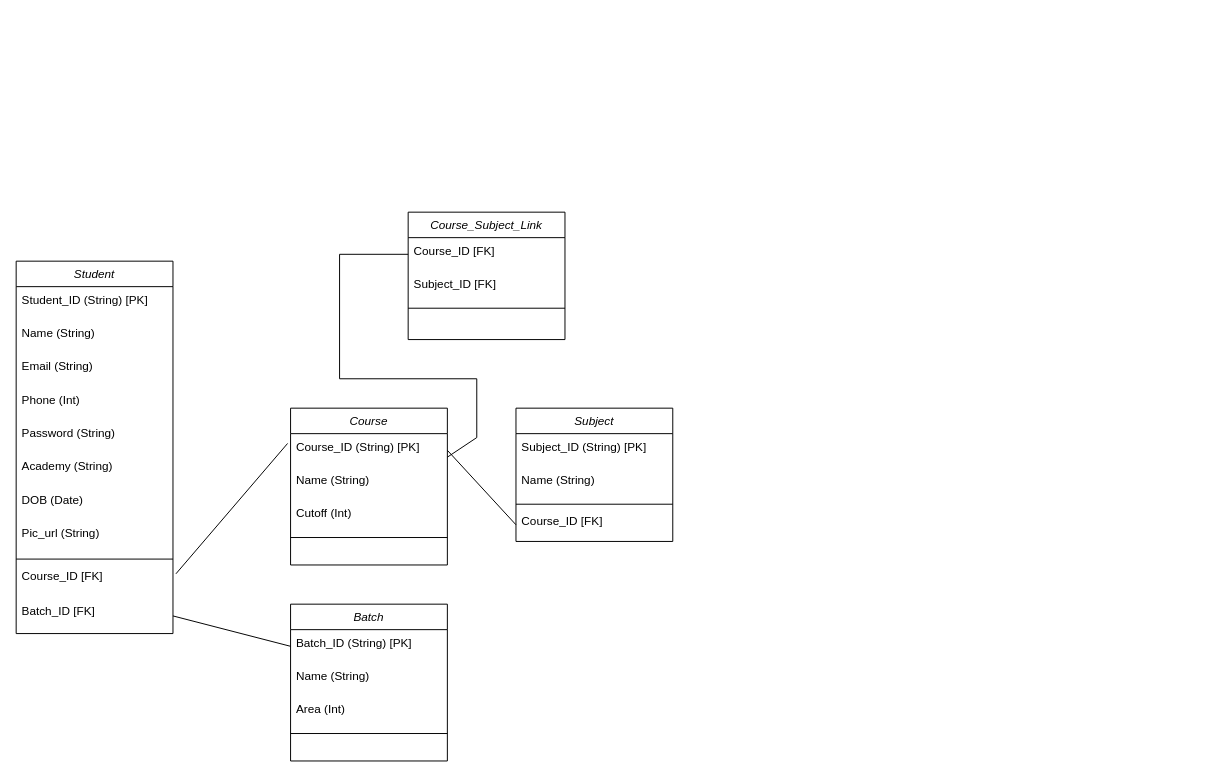
Before: Untitled Diagram.drawio in hemangmonga/QuizApp, a draw.io diagram. Source tidied: cells renumbered, new cells numbered last; positions are measured from the earlier drawing's top-left corner, leaving out a move shared by most shapes. Both pictures are drawn from the tidied source at 98%, with x=0, y=0 at pixel (16, 212).
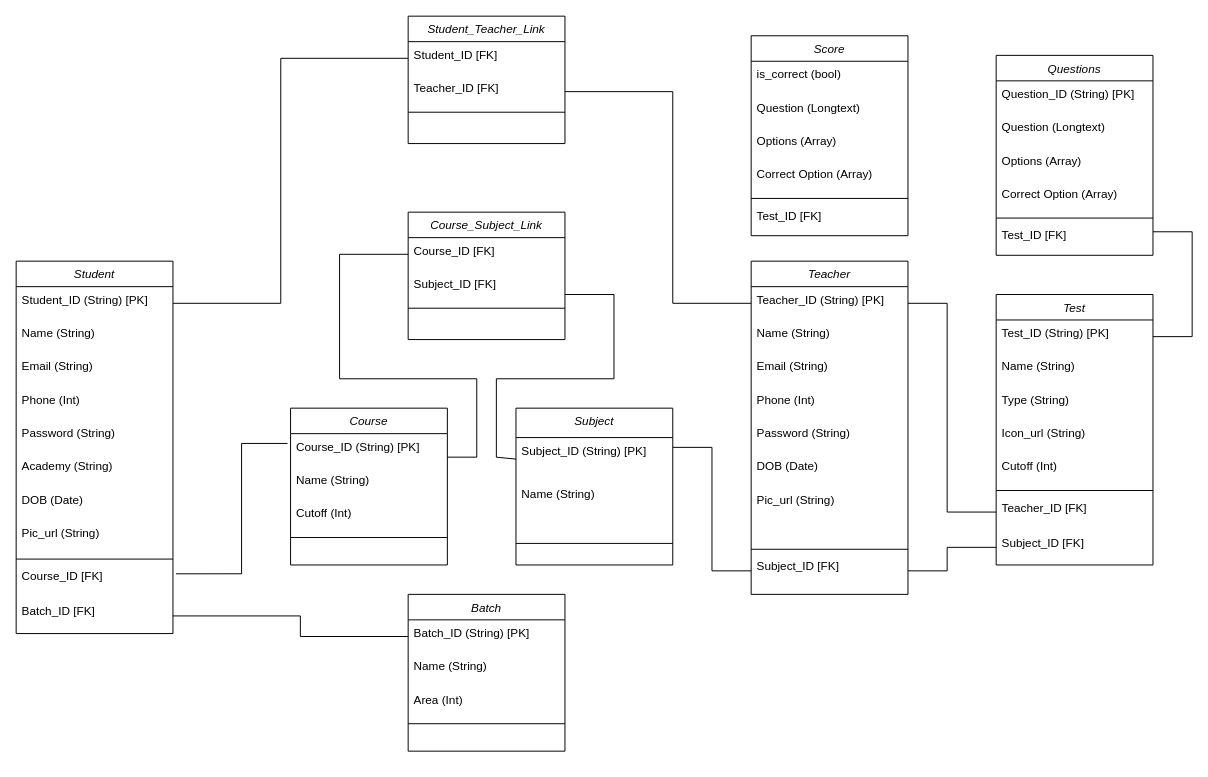
The same diagram, later.

The change refers to these unchanged cells:
```xml
<mxCell id="12" value="Course_ID [FK]" style="text;align=left;verticalAlign=top;spacingLeft=4;spacingRight=4;overflow=hidden;points=[[0,0.5],[1,0.5]];portConstraint=eastwest;" parent="2" vertex="1">
  <mxGeometry y="308" width="160" height="36" as="geometry" />
</mxCell>
<mxCell id="13" value="Batch_ID [FK]" style="text;align=left;verticalAlign=top;spacingLeft=4;spacingRight=4;overflow=hidden;points=[[0,0.5],[1,0.5]];portConstraint=eastwest;" parent="2" vertex="1">
  <mxGeometry y="344" width="160" height="36" as="geometry" />
</mxCell>
<mxCell id="15" value="Course_ID (String) [PK]" style="text;align=left;verticalAlign=top;spacingLeft=4;spacingRight=4;overflow=hidden;points=[[0,0.5],[1,0.5]];portConstraint=eastwest;" parent="14" vertex="1">
  <mxGeometry y="26" width="160" height="34" as="geometry" />
</mxCell>
<mxCell id="21" value="Batch_ID (String) [PK]" style="text;align=left;verticalAlign=top;spacingLeft=4;spacingRight=4;overflow=hidden;points=[[0,0.5],[1,0.5]];portConstraint=eastwest;" parent="20" vertex="1">
  <mxGeometry y="26" width="160" height="34" as="geometry" />
</mxCell>
<mxCell id="33" value="Course_ID [FK]" style="text;align=left;verticalAlign=top;spacingLeft=4;spacingRight=4;overflow=hidden;points=[[0,0.5],[1,0.5]];portConstraint=eastwest;" parent="32" vertex="1">
  <mxGeometry y="26" width="160" height="34" as="geometry" />
</mxCell>
<mxCell id="34" value="Subject_ID [FK]&#10; " style="text;align=left;verticalAlign=top;spacingLeft=4;spacingRight=4;overflow=hidden;points=[[0,0.5],[1,0.5]];portConstraint=eastwest;" parent="32" vertex="1">
  <mxGeometry y="60" width="160" height="34" as="geometry" />
</mxCell>
```

The edit, as a diff of the source:
```diff
@@
     <mxCell id="19" style="endArrow=none;html=1;rounded=0;exitX=1.019;exitY=0.306;exitDx=0;exitDy=0;exitPerimeter=0;entryX=-0.019;entryY=0.294;entryDx=0;entryDy=0;entryPerimeter=0;" parent="1" edge="1" source="12" target="15">
-      <mxGeometry relative="1" as="geometry" />
+      <mxGeometry relative="1" as="geometry">
+        <Array as="points">
+          <mxPoint x="230" y="369" />
+          <mxPoint x="230" y="236" />
+        </Array>
+      </mxGeometry>
     </mxCell>
     <mxCell id="20" value="Batch" style="swimlane;fontStyle=2;align=center;verticalAlign=top;horizontal=1;startSize=26;rounded=0;shadow=0;strokeWidth=1;" parent="1" vertex="1">
-      <mxGeometry x="280" y="400" width="160" height="160" as="geometry" />
+      <mxGeometry x="400" y="390" width="160" height="160" as="geometry" />
     </mxCell>
@@
     <mxCell id="25" style="endArrow=none;html=1;rounded=0;exitX=1;exitY=0.5;exitDx=0;exitDy=0;entryX=0;entryY=0.5;entryDx=0;entryDy=0;" parent="1" edge="1" source="13" target="21">
-      <mxGeometry relative="1" as="geometry" />
+      <mxGeometry relative="1" as="geometry">
+        <Array as="points">
+          <mxPoint x="290" y="412" />
+          <mxPoint x="290" y="433" />
+        </Array>
+      </mxGeometry>
     </mxCell>
-    <mxCell id="26" value="Subject" style="swimlane;fontStyle=2;align=center;verticalAlign=top;horizontal=1;startSize=26;rounded=0;shadow=0;strokeWidth=1;" parent="1" vertex="1">
-      <mxGeometry x="510" y="200" width="160" height="136" as="geometry" />
+    <mxCell id="26" value="Subject" style="swimlane;fontStyle=2;align=center;verticalAlign=top;horizontal=1;startSize=30;rounded=0;shadow=0;strokeWidth=1;" parent="1" vertex="1">
+      <mxGeometry x="510" y="200" width="160" height="160" as="geometry" />
     </mxCell>
     <mxCell id="27" value="Subject_ID (String) [PK]" style="text;align=left;verticalAlign=top;spacingLeft=4;spacingRight=4;overflow=hidden;points=[[0,0.5],[1,0.5]];portConstraint=eastwest;" parent="26" vertex="1">
-      <mxGeometry y="26" width="160" height="34" as="geometry" />
+      <mxGeometry y="30" width="160" height="44" as="geometry" />
     </mxCell>
     <mxCell id="28" value="Name (String) " style="text;align=left;verticalAlign=top;spacingLeft=4;spacingRight=4;overflow=hidden;" parent="26" vertex="1">
-      <mxGeometry y="60" width="160" height="34" as="geometry" />
+      <mxGeometry y="74" width="160" height="60" as="geometry" />
     </mxCell>
     <mxCell id="29" style="line;html=1;strokeWidth=1;align=left;verticalAlign=middle;spacingTop=-1;spacingLeft=3;spacingRight=3;labelPosition=right;" parent="26" vertex="1">
-      <mxGeometry y="94" width="160" height="8" as="geometry" />
+      <mxGeometry y="134" width="160" height="8" as="geometry" />
     </mxCell>
-    <mxCell id="30" value="Course_ID [FK]" style="text;align=left;verticalAlign=top;spacingLeft=4;spacingRight=4;overflow=hidden;points=[[0,0.5],[1,0.5]];portConstraint=eastwest;" parent="26" vertex="1">
-      <mxGeometry y="102" width="160" height="34" as="geometry" />
-    </mxCell>
-    <mxCell id="31" style="endArrow=none;html=1;rounded=0;entryX=0;entryY=0.5;entryDx=0;entryDy=0;exitX=1;exitY=0.5;exitDx=0;exitDy=0;" parent="1" edge="1" source="15" target="30">
-      <mxGeometry relative="1" as="geometry" />
-    </mxCell>
@@
     <mxCell id="36" style="endArrow=none;html=1;rounded=0;exitX=1;exitY=0.706;exitDx=0;exitDy=0;exitPerimeter=0;entryX=0;entryY=0.5;entryDx=0;entryDy=0;" parent="1" edge="1" source="15" target="33">
       <mxGeometry relative="1" as="geometry">
         <Array as="points">
-          <mxPoint x="470" y="230" />
+          <mxPoint x="470" y="250" />
           <mxPoint x="470" y="170" />
           <mxPoint x="330" y="170" />
           <mxPoint x="330" y="43" />
         </Array>
       </mxGeometry>
     </mxCell>
+    <mxCell id="37" style="endArrow=none;html=1;rounded=0;exitX=1;exitY=0.706;exitDx=0;exitDy=0;exitPerimeter=0;entryX=0;entryY=0.5;entryDx=0;entryDy=0;" parent="1" edge="1" source="34" target="27">
+      <mxGeometry relative="1" as="geometry">
+        <Array as="points">
+          <mxPoint x="610" y="84" />
+          <mxPoint x="610" y="170" />
+          <mxPoint x="490" y="170" />
+          <mxPoint x="490" y="250" />
+        </Array>
+      </mxGeometry>
+    </mxCell>
+    <mxCell id="38" value="Teacher" style="swimlane;fontStyle=2;align=center;verticalAlign=top;horizontal=1;startSize=26;rounded=0;shadow=0;strokeWidth=1;" parent="1" vertex="1">
+      <mxGeometry x="750" y="50" width="160" height="340" as="geometry" />
+    </mxCell>
+    <mxCell id="39" value="Teacher_ID (String) [PK]" style="text;align=left;verticalAlign=top;spacingLeft=4;spacingRight=4;overflow=hidden;points=[[0,0.5],[1,0.5]];portConstraint=eastwest;" parent="38" vertex="1">
+      <mxGeometry y="26" width="160" height="34" as="geometry" />
+    </mxCell>
+    <mxCell id="40" value="Name (String) " style="text;align=left;verticalAlign=top;spacingLeft=4;spacingRight=4;overflow=hidden;" parent="38" vertex="1">
+      <mxGeometry y="60" width="160" height="34" as="geometry" />
+    </mxCell>
+    <mxCell id="41" value="Email (String) " style="text;align=left;verticalAlign=top;spacingLeft=4;spacingRight=4;overflow=hidden;" parent="38" vertex="1">
+      <mxGeometry y="94" width="160" height="34" as="geometry" />
+    </mxCell>
+    <mxCell id="42" value="Phone (Int)" style="text;align=left;verticalAlign=top;spacingLeft=4;spacingRight=4;overflow=hidden;" parent="38" vertex="1">
+      <mxGeometry y="128" width="160" height="34" as="geometry" />
+    </mxCell>
+    <mxCell id="43" value="Password (String)" style="text;align=left;verticalAlign=top;spacingLeft=4;spacingRight=4;overflow=hidden;" parent="38" vertex="1">
+      <mxGeometry y="162" width="160" height="34" as="geometry" />
+    </mxCell>
+    <mxCell id="44" value="DOB (Date)" style="text;align=left;verticalAlign=top;spacingLeft=4;spacingRight=4;overflow=hidden;" parent="38" vertex="1">
+      <mxGeometry y="196" width="160" height="34" as="geometry" />
+    </mxCell>
+    <mxCell id="45" value="Pic_url (String) " style="text;align=left;verticalAlign=top;spacingLeft=4;spacingRight=4;overflow=hidden;" parent="38" vertex="1">
+      <mxGeometry y="230" width="160" height="60" as="geometry" />
+    </mxCell>
+    <mxCell id="46" style="line;html=1;strokeWidth=1;align=left;verticalAlign=middle;spacingTop=-1;spacingLeft=3;spacingRight=3;labelPosition=right;" parent="38" vertex="1">
+      <mxGeometry y="290" width="160" height="8" as="geometry" />
+    </mxCell>
+    <mxCell id="47" value="Subject_ID [FK]" style="text;align=left;verticalAlign=top;spacingLeft=4;spacingRight=4;overflow=hidden;points=[[0,0.5],[1,0.5]];portConstraint=eastwest;" parent="38" vertex="1">
+      <mxGeometry y="298" width="160" height="36" as="geometry" />
+    </mxCell>
+    <mxCell id="48" style="endArrow=none;html=1;rounded=0;exitX=1;exitY=0.5;exitDx=0;exitDy=0;entryX=0;entryY=0.5;entryDx=0;entryDy=0;" parent="1" edge="1" target="47">
+      <mxGeometry relative="1" as="geometry">
+        <mxPoint x="670" y="240" as="sourcePoint" />
+        <Array as="points">
+          <mxPoint x="710" y="240" />
+          <mxPoint x="710" y="366" />
+        </Array>
+      </mxGeometry>
+    </mxCell>
+    <mxCell id="49" value="Student_Teacher_Link" style="swimlane;fontStyle=2;align=center;verticalAlign=top;horizontal=1;startSize=26;rounded=0;shadow=0;strokeWidth=1;" parent="1" vertex="1">
+      <mxGeometry x="400" y="-200" width="160" height="130" as="geometry" />
+    </mxCell>
+    <mxCell id="50" value="Student_ID [FK]" style="text;align=left;verticalAlign=top;spacingLeft=4;spacingRight=4;overflow=hidden;points=[[0,0.5],[1,0.5]];portConstraint=eastwest;" parent="49" vertex="1">
+      <mxGeometry y="26" width="160" height="34" as="geometry" />
+    </mxCell>
+    <mxCell id="51" value="Teacher_ID [FK]&#10; " style="text;align=left;verticalAlign=top;spacingLeft=4;spacingRight=4;overflow=hidden;points=[[0,0.5],[1,0.5]];portConstraint=eastwest;" parent="49" vertex="1">
+      <mxGeometry y="60" width="160" height="34" as="geometry" />
+    </mxCell>
+    <mxCell id="52" style="line;html=1;strokeWidth=1;align=left;verticalAlign=middle;spacingTop=-1;spacingLeft=3;spacingRight=3;labelPosition=right;" parent="49" vertex="1">
+      <mxGeometry y="94" width="160" height="8" as="geometry" />
+    </mxCell>
+    <mxCell id="53" style="endArrow=none;html=1;rounded=0;exitX=1.019;exitY=0.306;exitDx=0;exitDy=0;exitPerimeter=0;entryX=0;entryY=0.5;entryDx=0;entryDy=0;" parent="1" edge="1" target="50">
+      <mxGeometry relative="1" as="geometry">
+        <mxPoint x="160" y="93" as="sourcePoint" />
+        <Array as="points">
+          <mxPoint x="270" y="93" />
+          <mxPoint x="270" y="-157" />
+        </Array>
+      </mxGeometry>
+    </mxCell>
+    <mxCell id="54" style="endArrow=none;html=1;rounded=0;exitX=1;exitY=0.5;exitDx=0;exitDy=0;entryX=0;entryY=0.5;entryDx=0;entryDy=0;" parent="1" edge="1" source="51" target="39">
+      <mxGeometry relative="1" as="geometry">
+        <Array as="points">
+          <mxPoint x="670" y="-123" />
+          <mxPoint x="670" y="93" />
+        </Array>
+      </mxGeometry>
+    </mxCell>
+    <mxCell id="55" value="Test" style="swimlane;fontStyle=2;align=center;verticalAlign=top;horizontal=1;startSize=26;rounded=0;shadow=0;strokeWidth=1;" parent="1" vertex="1">
+      <mxGeometry x="1000" y="84" width="160" height="276" as="geometry" />
+    </mxCell>
+    <mxCell id="56" value="Test_ID (String) [PK]" style="text;align=left;verticalAlign=top;spacingLeft=4;spacingRight=4;overflow=hidden;points=[[0,0.5],[1,0.5]];portConstraint=eastwest;" parent="55" vertex="1">
+      <mxGeometry y="26" width="160" height="34" as="geometry" />
+    </mxCell>
+    <mxCell id="57" value="Name (String) " style="text;align=left;verticalAlign=top;spacingLeft=4;spacingRight=4;overflow=hidden;" parent="55" vertex="1">
+      <mxGeometry y="60" width="160" height="34" as="geometry" />
+    </mxCell>
+    <mxCell id="58" value="Type (String) " style="text;align=left;verticalAlign=top;spacingLeft=4;spacingRight=4;overflow=hidden;" parent="55" vertex="1">
+      <mxGeometry y="94" width="160" height="34" as="geometry" />
+    </mxCell>
+    <mxCell id="59" value="Icon_url (String)" style="text;align=left;verticalAlign=top;spacingLeft=4;spacingRight=4;overflow=hidden;" parent="55" vertex="1">
+      <mxGeometry y="128" width="160" height="34" as="geometry" />
+    </mxCell>
+    <mxCell id="60" value="Cutoff (Int)" style="text;align=left;verticalAlign=top;spacingLeft=4;spacingRight=4;overflow=hidden;" parent="55" vertex="1">
+      <mxGeometry y="162" width="160" height="34" as="geometry" />
+    </mxCell>
+    <mxCell id="61" style="line;html=1;strokeWidth=1;align=left;verticalAlign=middle;spacingTop=-1;spacingLeft=3;spacingRight=3;labelPosition=right;" parent="55" vertex="1">
+      <mxGeometry y="196" width="160" height="8" as="geometry" />
+    </mxCell>
+    <mxCell id="62" value="Teacher_ID [FK]" style="text;align=left;verticalAlign=top;spacingLeft=4;spacingRight=4;overflow=hidden;points=[[0,0.5],[1,0.5]];portConstraint=eastwest;" parent="55" vertex="1">
+      <mxGeometry y="204" width="160" height="36" as="geometry" />
+    </mxCell>
+    <mxCell id="63" value="Subject_ID [FK]" style="text;align=left;verticalAlign=top;spacingLeft=4;spacingRight=4;overflow=hidden;points=[[0,0.5],[1,0.5]];portConstraint=eastwest;" parent="55" vertex="1">
+      <mxGeometry y="240" width="160" height="36" as="geometry" />
+    </mxCell>
+    <mxCell id="64" style="endArrow=none;html=1;rounded=0;exitX=1;exitY=0.5;exitDx=0;exitDy=0;entryX=0;entryY=0.5;entryDx=0;entryDy=0;" parent="1" edge="1" source="47" target="63">
+      <mxGeometry relative="1" as="geometry">
+        <Array as="points">
+          <mxPoint x="950" y="366" />
+          <mxPoint x="950" y="342" />
+        </Array>
+      </mxGeometry>
+    </mxCell>
+    <mxCell id="65" style="endArrow=none;html=1;rounded=0;entryX=0;entryY=0.5;entryDx=0;entryDy=0;exitX=1;exitY=0.5;exitDx=0;exitDy=0;" parent="1" edge="1" source="39" target="62">
+      <mxGeometry relative="1" as="geometry">
+        <Array as="points">
+          <mxPoint x="950" y="93" />
+          <mxPoint x="950" y="306" />
+        </Array>
+      </mxGeometry>
+    </mxCell>
+    <mxCell id="66" value="Questions" style="swimlane;fontStyle=2;align=center;verticalAlign=top;horizontal=1;startSize=26;rounded=0;shadow=0;strokeWidth=1;" parent="1" vertex="1">
+      <mxGeometry x="1000" y="-160" width="160" height="204" as="geometry" />
+    </mxCell>
+    <mxCell id="67" value="Question_ID (String) [PK]" style="text;align=left;verticalAlign=top;spacingLeft=4;spacingRight=4;overflow=hidden;" parent="66" vertex="1">
+      <mxGeometry y="26" width="160" height="34" as="geometry" />
+    </mxCell>
+    <mxCell id="68" value="Question (Longtext) " style="text;align=left;verticalAlign=top;spacingLeft=4;spacingRight=4;overflow=hidden;" parent="66" vertex="1">
+      <mxGeometry y="60" width="160" height="34" as="geometry" />
+    </mxCell>
+    <mxCell id="69" value="Options (Array)" style="text;align=left;verticalAlign=top;spacingLeft=4;spacingRight=4;overflow=hidden;" parent="66" vertex="1">
+      <mxGeometry y="94" width="160" height="34" as="geometry" />
+    </mxCell>
+    <mxCell id="70" value="Correct Option (Array)" style="text;align=left;verticalAlign=top;spacingLeft=4;spacingRight=4;overflow=hidden;" parent="66" vertex="1">
+      <mxGeometry y="128" width="160" height="34" as="geometry" />
+    </mxCell>
+    <mxCell id="71" style="line;html=1;strokeWidth=1;align=left;verticalAlign=middle;spacingTop=-1;spacingLeft=3;spacingRight=3;labelPosition=right;" parent="66" vertex="1">
+      <mxGeometry y="162" width="160" height="8" as="geometry" />
+    </mxCell>
+    <mxCell id="72" value="Test_ID [FK]" style="text;align=left;verticalAlign=top;spacingLeft=4;spacingRight=4;overflow=hidden;" parent="66" vertex="1">
+      <mxGeometry y="170" width="160" height="34" as="geometry" />
+    </mxCell>
+    <mxCell id="73" style="endArrow=none;html=1;rounded=0;entryX=1;entryY=0.5;entryDx=0;entryDy=0;exitX=1;exitY=0.5;exitDx=0;exitDy=0;" parent="1" edge="1" target="56">
+      <mxGeometry relative="1" as="geometry">
+        <mxPoint x="1160" y="20" as="sourcePoint" />
+        <Array as="points">
+          <mxPoint x="1200" y="20" />
+          <mxPoint x="1200" y="127" />
+        </Array>
+      </mxGeometry>
+    </mxCell>
+    <mxCell id="74" value="Score" style="swimlane;fontStyle=2;align=center;verticalAlign=top;horizontal=1;startSize=26;rounded=0;shadow=0;strokeWidth=1;" parent="1" vertex="1">
+      <mxGeometry x="750" y="-180" width="160" height="204" as="geometry" />
+    </mxCell>
+    <mxCell id="75" value="is_correct (bool)" style="text;align=left;verticalAlign=top;spacingLeft=4;spacingRight=4;overflow=hidden;" parent="74" vertex="1">
+      <mxGeometry y="26" width="160" height="34" as="geometry" />
+    </mxCell>
+    <mxCell id="76" value="Question (Longtext) " style="text;align=left;verticalAlign=top;spacingLeft=4;spacingRight=4;overflow=hidden;" parent="74" vertex="1">
+      <mxGeometry y="60" width="160" height="34" as="geometry" />
+    </mxCell>
+    <mxCell id="77" value="Options (Array)" style="text;align=left;verticalAlign=top;spacingLeft=4;spacingRight=4;overflow=hidden;" parent="74" vertex="1">
+      <mxGeometry y="94" width="160" height="34" as="geometry" />
+    </mxCell>
+    <mxCell id="78" value="Correct Option (Array)" style="text;align=left;verticalAlign=top;spacingLeft=4;spacingRight=4;overflow=hidden;" parent="74" vertex="1">
+      <mxGeometry y="128" width="160" height="34" as="geometry" />
+    </mxCell>
+    <mxCell id="79" style="line;html=1;strokeWidth=1;align=left;verticalAlign=middle;spacingTop=-1;spacingLeft=3;spacingRight=3;labelPosition=right;" parent="74" vertex="1">
+      <mxGeometry y="162" width="160" height="8" as="geometry" />
+    </mxCell>
+    <mxCell id="80" value="Test_ID [FK]" style="text;align=left;verticalAlign=top;spacingLeft=4;spacingRight=4;overflow=hidden;" parent="74" vertex="1">
+      <mxGeometry y="170" width="160" height="34" as="geometry" />
+    </mxCell>
```
